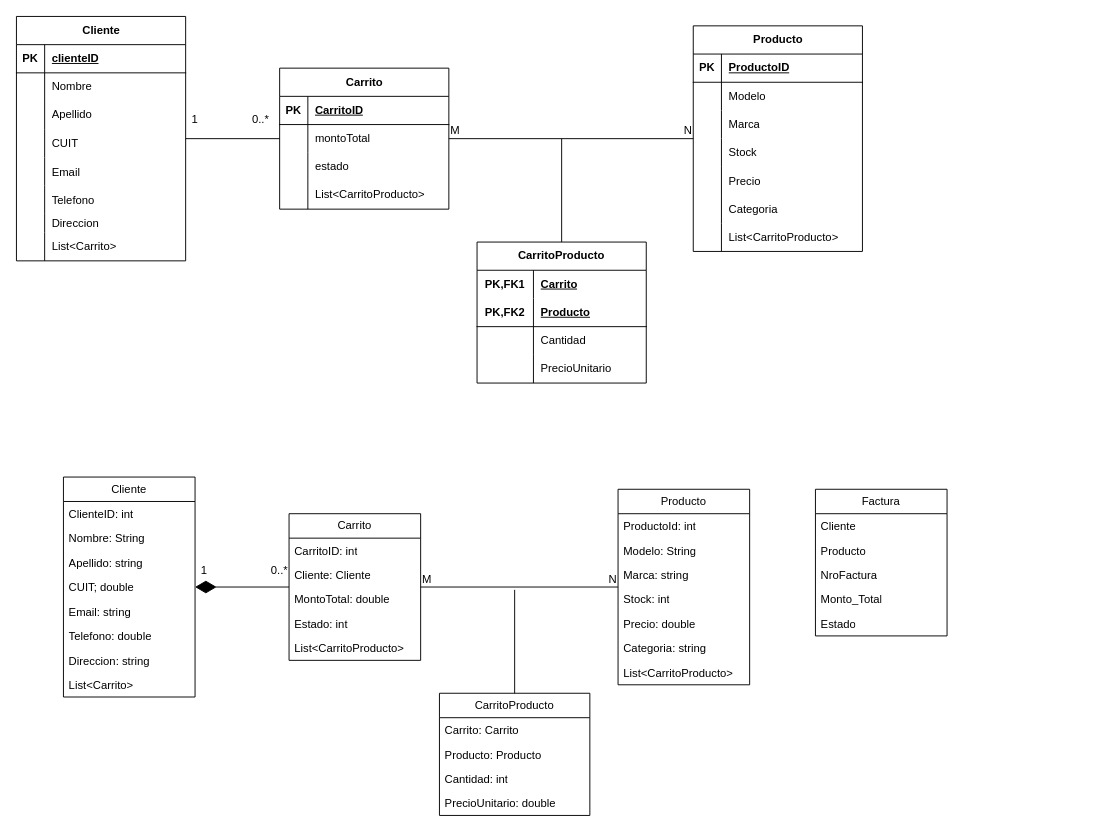
The draw.io diagram Diagramas.drawio in CarlosFRey/TiendaHW-Test, before the edit. Source tidied: cells renumbered, new cells numbered last; positions are measured from the earlier drawing's top-left corner, leaving out a move shared by most shapes. Both pictures are drawn from the tidied source at 94%, with x=0, y=0 at pixel (16, 16).
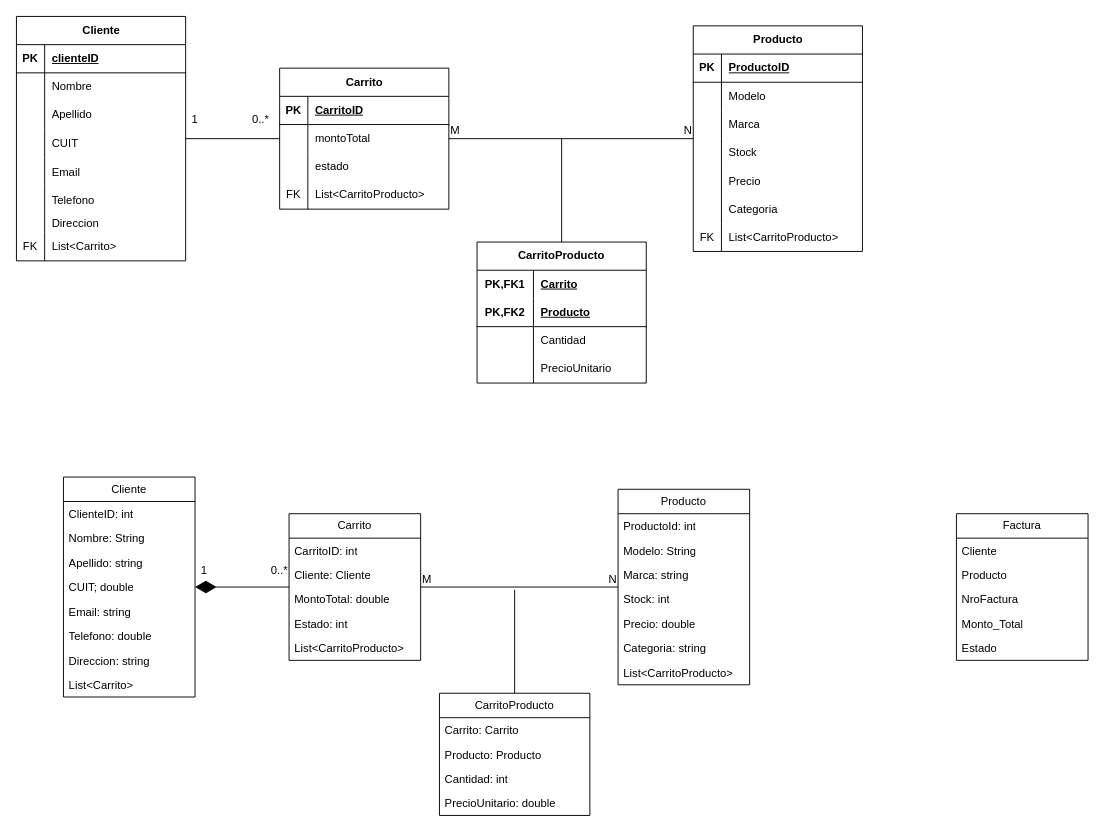
Above is the later version.

The change refers to these unchanged cells:
```xml
<mxCell id="24" style="shape=tableRow;horizontal=0;startSize=0;swimlaneHead=0;swimlaneBody=0;fillColor=none;top=0;left=0;right=0;bottom=0;" parent="2" vertex="1">
  <mxGeometry y="230" width="180" height="30" as="geometry" />
</mxCell>
<mxCell id="37" style="shape=tableRow;horizontal=0;startSize=0;swimlaneHead=0;swimlaneBody=0;fillColor=none;top=0;left=0;right=0;bottom=0;" parent="27" vertex="1">
  <mxGeometry y="120" width="180" height="30" as="geometry" />
</mxCell>
<mxCell id="59" style="shape=tableRow;horizontal=0;startSize=0;swimlaneHead=0;swimlaneBody=0;fillColor=none;top=0;left=0;right=0;bottom=0;" parent="40" vertex="1">
  <mxGeometry y="210" width="180" height="30" as="geometry" />
</mxCell>
```

Diff of the diagram source:
```diff
@@
-    <mxCell id="25" style="shape=partialRectangle;fillColor=none;top=0;left=0;bottom=0;right=0;fontStyle=0;overflow=hidden;whiteSpace=wrap;html=1;" parent="24" vertex="1">
+    <mxCell id="25" value="FK" style="shape=partialRectangle;fillColor=none;top=0;left=0;bottom=0;right=0;fontStyle=0;overflow=hidden;whiteSpace=wrap;html=1;" parent="24" vertex="1">
       <mxGeometry width="30" height="30" as="geometry" />
     </mxCell>
@@
-    <mxCell id="38" style="shape=partialRectangle;fillColor=none;top=0;left=0;bottom=0;right=0;overflow=hidden;whiteSpace=wrap;html=1;" parent="37" vertex="1">
+    <mxCell id="38" value="FK" style="shape=partialRectangle;fillColor=none;top=0;left=0;bottom=0;right=0;overflow=hidden;whiteSpace=wrap;html=1;" parent="37" vertex="1">
       <mxGeometry width="30" height="30" as="geometry" />
     </mxCell>
@@
-    <mxCell id="60" style="shape=partialRectangle;fillColor=none;top=0;left=0;bottom=0;right=0;fontStyle=0;overflow=hidden;whiteSpace=wrap;html=1;" parent="59" vertex="1">
+    <mxCell id="60" value="FK" style="shape=partialRectangle;fillColor=none;top=0;left=0;bottom=0;right=0;fontStyle=0;overflow=hidden;whiteSpace=wrap;html=1;" parent="59" vertex="1">
       <mxGeometry width="30" height="30" as="geometry" />
     </mxCell>
@@
     <mxCell id="110" value="Factura" style="swimlane;fontStyle=0;horizontal=1;startSize=26;fillColor=none;whiteSpace=wrap;html=1;" parent="1" vertex="1">
-      <mxGeometry x="850" y="503" width="140" height="156" as="geometry" />
+      <mxGeometry x="1000" y="529" width="140" height="156" as="geometry" />
     </mxCell>
```
